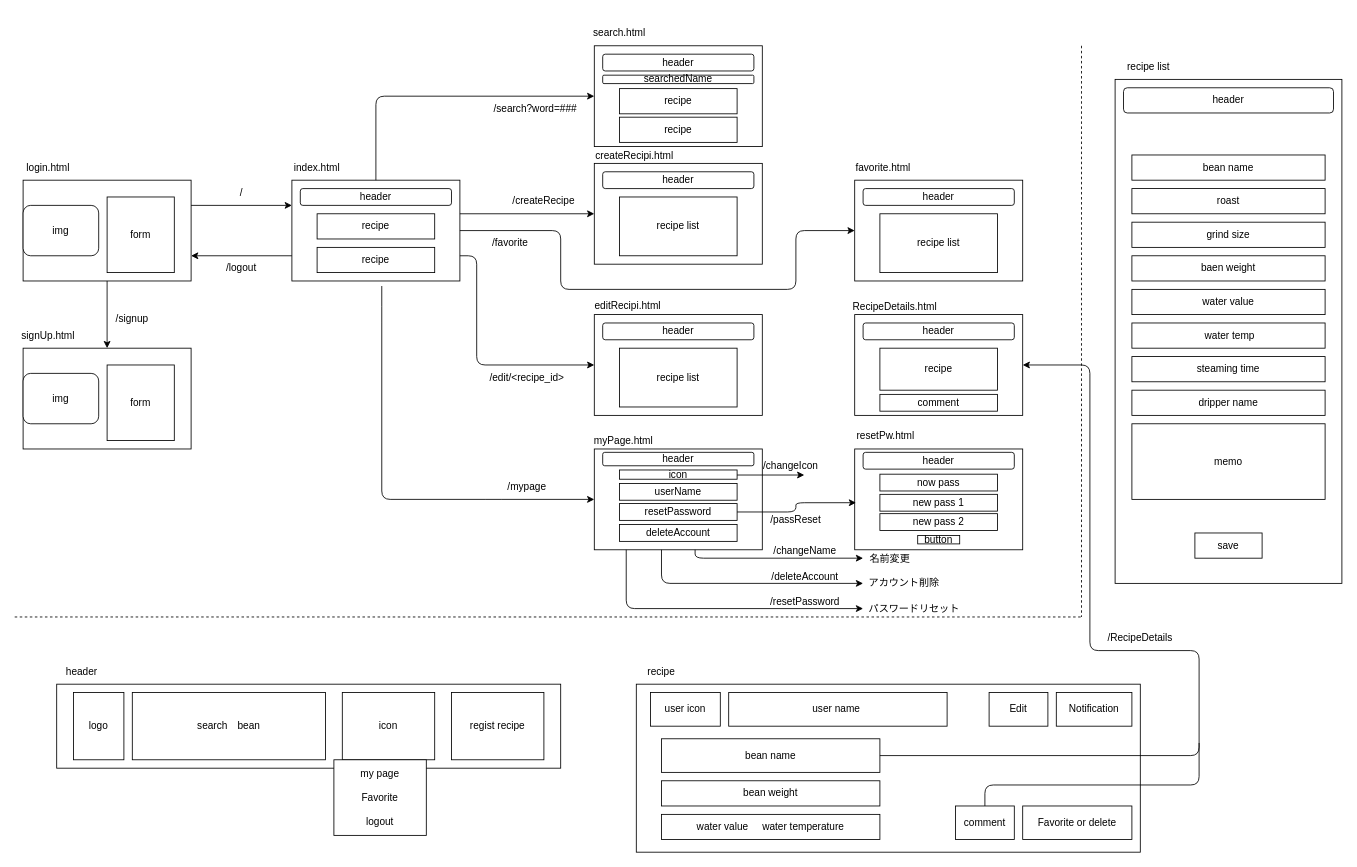
This is screen.dio from sasahara08/mycoffee, a draw.io file, before an edit. Source tidied: cells renumbered, new cells numbered last; positions are measured from the earlier drawing's top-left corner, leaving out a move shared by most shapes. Both pictures are drawn from the tidied source at 84%, with x=0, y=0 at pixel (14, 20).
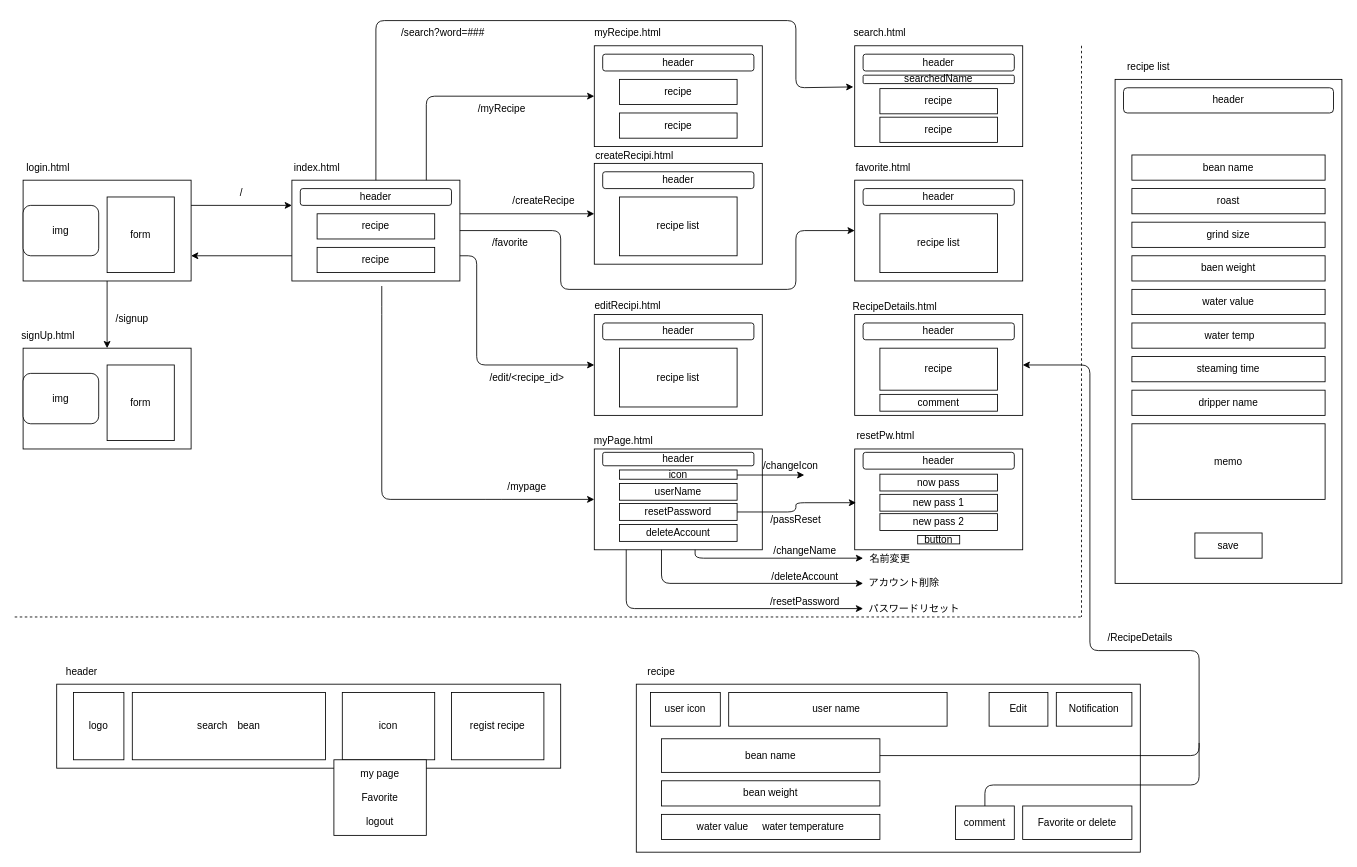
After the change.

Unchanged cells that the change refers to:
```xml
<mxCell id="14" style="rounded=0;whiteSpace=wrap;html=1;" parent="13" vertex="1">
  <mxGeometry y="30" width="200" height="120" as="geometry" />
</mxCell>
<mxCell id="21" style="rounded=0;whiteSpace=wrap;html=1;" parent="20" vertex="1">
  <mxGeometry y="30" width="200" height="120" as="geometry" />
</mxCell>
```

Diff of the diagram source:
```diff
@@
     <mxCell id="20" style="group;" parent="1" vertex="1">
-      <mxGeometry x="690" width="200" height="150" as="geometry" />
+      <mxGeometry x="1000" width="200" height="150" as="geometry" />
     </mxCell>
@@
-    <mxCell id="41" style="edgeStyle=none;html=1;entryX=0;entryY=0.5;entryDx=0;entryDy=0;startArrow=none;startFill=0;exitX=0.5;exitY=0;exitDx=0;exitDy=0;" parent="1" edge="1" source="14" target="21">
-      <mxGeometry relative="1" as="geometry">
-        <Array as="points">
-          <mxPoint x="430" y="90" />
-        </Array>
-      </mxGeometry>
-    </mxCell>
@@
-    <mxCell id="95" value="/search?word=###" style="text;html=1;strokeColor=none;fillColor=none;align=center;verticalAlign=middle;whiteSpace=wrap;rounded=0;" parent="1" vertex="1">
-      <mxGeometry x="540" y="90" width="160" height="30" as="geometry" />
-    </mxCell>
@@
-    <mxCell id="101" value="/logout" style="text;html=1;strokeColor=none;fillColor=none;align=center;verticalAlign=middle;whiteSpace=wrap;rounded=0;" parent="1" vertex="1">
-      <mxGeometry x="190" y="280" width="160" height="30" as="geometry" />
-    </mxCell>
@@
+    <mxCell id="129" style="group;" parent="1" vertex="1">
+      <mxGeometry x="690" width="200" height="150" as="geometry" />
+    </mxCell>
+    <mxCell id="130" style="rounded=0;whiteSpace=wrap;html=1;" parent="129" vertex="1">
+      <mxGeometry y="30" width="200" height="120" as="geometry" />
+    </mxCell>
+    <mxCell id="131" value="myRecipe.html" style="text;html=1;strokeColor=none;fillColor=none;align=center;verticalAlign=middle;whiteSpace=wrap;rounded=0;" parent="129" vertex="1">
+      <mxGeometry x="10" width="60" height="30" as="geometry" />
+    </mxCell>
+    <mxCell id="132" value="recipe" style="rounded=0;whiteSpace=wrap;html=1;" parent="129" vertex="1">
+      <mxGeometry x="30" y="70" width="140" height="30" as="geometry" />
+    </mxCell>
+    <mxCell id="133" value="header" style="rounded=1;whiteSpace=wrap;html=1;" parent="129" vertex="1">
+      <mxGeometry x="10" y="40" width="180" height="20" as="geometry" />
+    </mxCell>
+    <mxCell id="134" value="recipe" style="rounded=0;whiteSpace=wrap;html=1;" parent="129" vertex="1">
+      <mxGeometry x="30" y="110" width="140" height="30" as="geometry" />
+    </mxCell>
+    <mxCell id="135" style="edgeStyle=none;html=1;entryX=-0.008;entryY=0.408;entryDx=0;entryDy=0;entryPerimeter=0;" parent="1" edge="1" target="21">
+      <mxGeometry relative="1" as="geometry">
+        <mxPoint x="430" y="190" as="sourcePoint" />
+        <Array as="points">
+          <mxPoint x="430" />
+          <mxPoint x="930" />
+          <mxPoint x="930" y="80" />
+        </Array>
+      </mxGeometry>
+    </mxCell>
+    <mxCell id="136" style="edgeStyle=none;html=1;entryX=0;entryY=0.5;entryDx=0;entryDy=0;" parent="1" edge="1" target="130">
+      <mxGeometry relative="1" as="geometry">
+        <mxPoint x="490" y="190" as="sourcePoint" />
+        <Array as="points">
+          <mxPoint x="490" y="90" />
+        </Array>
+      </mxGeometry>
+    </mxCell>
+    <mxCell id="95" value="/search?word=###" style="text;html=1;strokeColor=none;fillColor=none;align=center;verticalAlign=middle;whiteSpace=wrap;rounded=0;" parent="1" vertex="1">
+      <mxGeometry x="430" width="160" height="30" as="geometry" />
+    </mxCell>
+    <mxCell id="137" value="/myRecipe" style="text;html=1;strokeColor=none;fillColor=none;align=center;verticalAlign=middle;whiteSpace=wrap;rounded=0;" parent="1" vertex="1">
+      <mxGeometry x="500" y="90" width="160" height="30" as="geometry" />
+    </mxCell>
```
